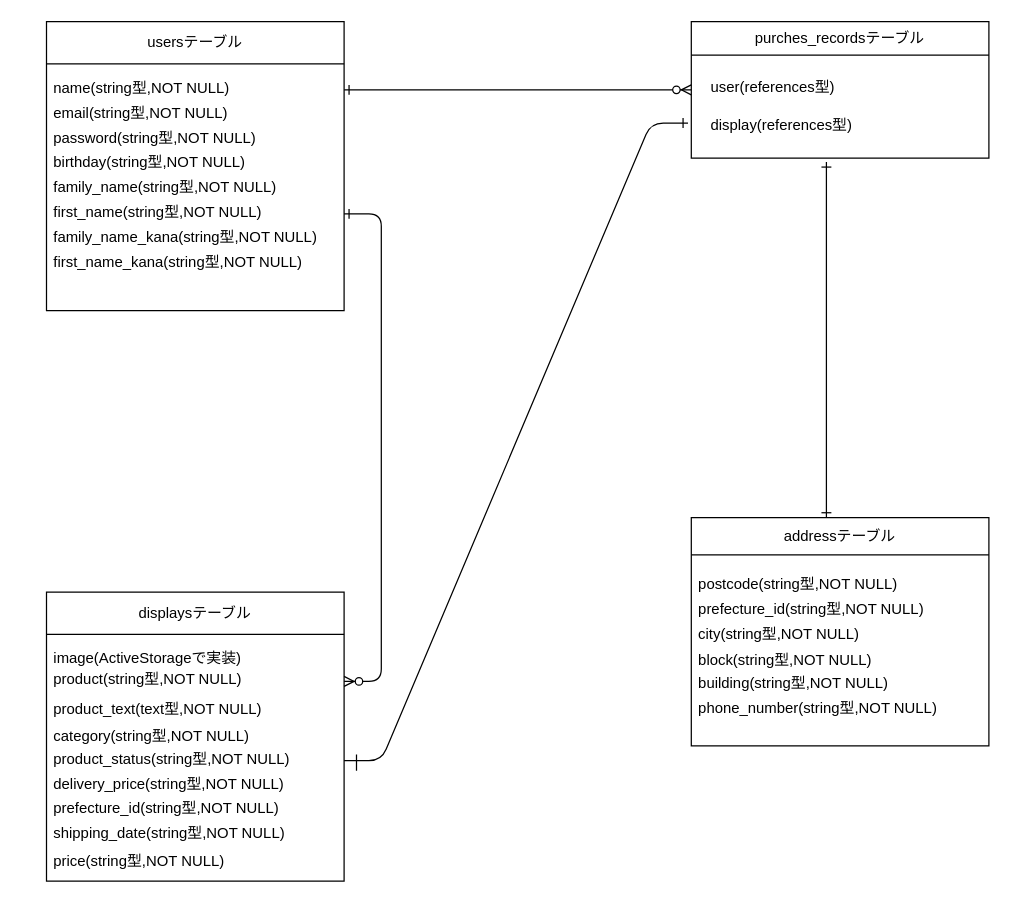
The draw.io diagram test.dio in makaroni0416/furima-32834, before the edit. Source tidied: cells renumbered, new cells numbered last; positions are measured from the earlier drawing's top-left corner, leaving out a move shared by most shapes. Both pictures are drawn from the tidied source at 124%, with x=0, y=0 at pixel (46, 21).
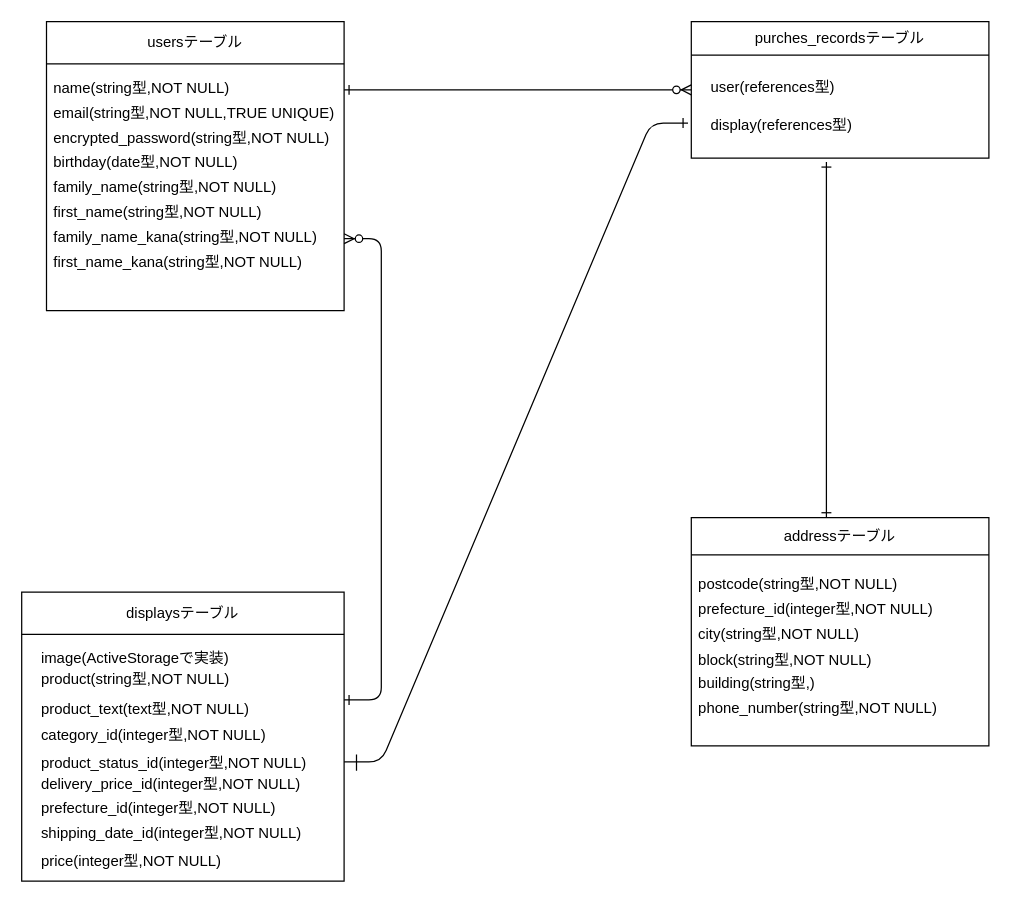
After the change.

Commit message (it also covers changes not shown here):
プルリクエストの修正

Unchanged cells that the change refers to:
```xml
<mxCell id="12" value="first_name(string型,NOT NULL)" style="text;strokeColor=none;fillColor=none;spacingLeft=4;spacingRight=4;overflow=hidden;points=[[0,0.5],[1,0.5]];portConstraint=eastwest;fontSize=12;" parent="1" vertex="1">
  <mxGeometry y="140" width="240" height="30" as="geometry" />
</mxCell>
<mxCell id="13" value="family_name_kana(string型,NOT NULL)" style="text;strokeColor=none;fillColor=none;spacingLeft=4;spacingRight=4;overflow=hidden;points=[[0,0.5],[1,0.5]];portConstraint=eastwest;fontSize=12;" parent="1" vertex="1">
  <mxGeometry y="160" width="240" height="30" as="geometry" />
</mxCell>
```

Change to the diagram source:
```diff
@@
-    <mxCell id="8" value="password(string型,NOT NULL)" style="text;strokeColor=none;fillColor=none;spacingLeft=4;spacingRight=4;overflow=hidden;fontSize=12;" parent="1" vertex="1">
+    <mxCell id="8" value="encrypted_password(string型,NOT NULL)" style="text;strokeColor=none;fillColor=none;spacingLeft=4;spacingRight=4;overflow=hidden;fontSize=12;" parent="1" vertex="1">
       <mxGeometry y="80" width="240" height="30" as="geometry" />
     </mxCell>
-    <mxCell id="9" value="email(string型,NOT NULL)" style="text;strokeColor=none;fillColor=none;spacingLeft=4;spacingRight=4;overflow=hidden;fontSize=12;" parent="1" vertex="1">
+    <mxCell id="9" value="email(string型,NOT NULL,TRUE UNIQUE)" style="text;strokeColor=none;fillColor=none;spacingLeft=4;spacingRight=4;overflow=hidden;fontSize=12;" parent="1" vertex="1">
       <mxGeometry y="60" width="240" height="30" as="geometry" />
     </mxCell>
-    <mxCell id="10" value="birthday(string型,NOT NULL)" style="text;strokeColor=none;fillColor=none;spacingLeft=4;spacingRight=4;overflow=hidden;fontSize=12;" parent="1" vertex="1">
+    <mxCell id="10" value="birthday(date型,NOT NULL)" style="text;strokeColor=none;fillColor=none;spacingLeft=4;spacingRight=4;overflow=hidden;fontSize=12;" parent="1" vertex="1">
       <mxGeometry y="100" width="240" height="30" as="geometry" />
     </mxCell>
@@
     <mxCell id="22" style="shape=table;html=1;whiteSpace=wrap;startSize=0;childLayout=tableLayout;" parent="1" vertex="1">
-      <mxGeometry y="460" width="240" height="233" as="geometry" />
+      <mxGeometry x="-20" y="460" width="260" height="233" as="geometry" />
     </mxCell>
     <mxCell id="23" style="shape=partialRectangle;html=1;whiteSpace=wrap;fillColor=none;top=0;left=0;bottom=0;right=0;" parent="22" vertex="1">
-      <mxGeometry width="240" height="34" as="geometry" />
+      <mxGeometry width="260" height="34" as="geometry" />
     </mxCell>
     <mxCell id="24" value="displaysテーブル" style="shape=partialRectangle;html=1;whiteSpace=wrap;overflow=hidden;fillColor=none;top=0;left=0;bottom=0;right=0;" parent="23" vertex="1">
-      <mxGeometry width="240" height="34" as="geometry" />
+      <mxGeometry width="260" height="34" as="geometry" />
     </mxCell>
     <mxCell id="25" style="shape=partialRectangle;html=1;whiteSpace=wrap;fillColor=none;top=0;left=0;bottom=0;right=0;" parent="22" vertex="1">
-      <mxGeometry y="34" width="240" height="199" as="geometry" />
+      <mxGeometry y="34" width="260" height="199" as="geometry" />
     </mxCell>
     <mxCell id="26" style="shape=partialRectangle;html=1;whiteSpace=wrap;overflow=hidden;fillColor=none;top=0;left=0;bottom=0;right=0;" parent="25" vertex="1">
-      <mxGeometry width="240" height="199" as="geometry" />
+      <mxGeometry width="260" height="199" as="geometry" />
     </mxCell>
     <mxCell id="27" value="image(ActiveStorageで実装)" style="text;strokeColor=none;fillColor=none;spacingLeft=4;spacingRight=4;overflow=hidden;fontSize=12;" parent="1" vertex="1">
-      <mxGeometry y="500" width="240" height="30" as="geometry" />
+      <mxGeometry x="-10" y="500" width="240" height="30" as="geometry" />
     </mxCell>
     <mxCell id="28" value="product_text(text型,NOT NULL)" style="text;strokeColor=none;fillColor=none;spacingLeft=4;spacingRight=4;overflow=hidden;fontSize=12;" parent="1" vertex="1">
-      <mxGeometry y="541" width="240" height="30" as="geometry" />
+      <mxGeometry x="-10" y="541" width="240" height="30" as="geometry" />
     </mxCell>
     <mxCell id="29" value="product(string型,NOT NULL)" style="text;strokeColor=none;fillColor=none;spacingLeft=4;spacingRight=4;overflow=hidden;points=[[0,0.5],[1,0.5]];portConstraint=eastwest;fontSize=12;" parent="1" vertex="1">
-      <mxGeometry y="517" width="240" height="30" as="geometry" />
+      <mxGeometry x="-10" y="517" width="240" height="30" as="geometry" />
     </mxCell>
-    <mxCell id="30" value="category(string型,NOT NULL)" style="text;strokeColor=none;fillColor=none;spacingLeft=4;spacingRight=4;overflow=hidden;fontSize=12;" parent="1" vertex="1">
-      <mxGeometry y="562.5" width="240" height="30" as="geometry" />
+    <mxCell id="30" value="category_id(integer型,NOT NULL)" style="text;strokeColor=none;fillColor=none;spacingLeft=4;spacingRight=4;overflow=hidden;fontSize=12;" parent="1" vertex="1">
+      <mxGeometry x="-10" y="561.5" width="240" height="30" as="geometry" />
     </mxCell>
-    <mxCell id="31" value="delivery_price(string型,NOT NULL)" style="text;strokeColor=none;fillColor=none;spacingLeft=4;spacingRight=4;overflow=hidden;fontSize=12;" parent="1" vertex="1">
-      <mxGeometry y="601" width="240" height="30" as="geometry" />
+    <mxCell id="31" value="delivery_price_id(integer型,NOT NULL)" style="text;strokeColor=none;fillColor=none;spacingLeft=4;spacingRight=4;overflow=hidden;fontSize=12;" parent="1" vertex="1">
+      <mxGeometry x="-10" y="601" width="240" height="30" as="geometry" />
     </mxCell>
-    <mxCell id="32" value="product_status(string型,NOT NULL)" style="text;strokeColor=none;fillColor=none;spacingLeft=4;spacingRight=4;overflow=hidden;points=[[0,0.5],[1,0.5]];portConstraint=eastwest;fontSize=12;" parent="1" vertex="1">
-      <mxGeometry y="581" width="240" height="30" as="geometry" />
+    <mxCell id="32" value="product_status_id(integer型,NOT NULL)" style="text;strokeColor=none;fillColor=none;spacingLeft=4;spacingRight=4;overflow=hidden;points=[[0,0.5],[1,0.5]];portConstraint=eastwest;fontSize=12;" parent="1" vertex="1">
+      <mxGeometry x="-10" y="584" width="250" height="26" as="geometry" />
     </mxCell>
-    <mxCell id="33" value="shipping_date(string型,NOT NULL)" style="text;strokeColor=none;fillColor=none;spacingLeft=4;spacingRight=4;overflow=hidden;fontSize=12;" parent="1" vertex="1">
-      <mxGeometry y="641" width="240" height="30" as="geometry" />
+    <mxCell id="33" value="shipping_date_id(integer型,NOT NULL)" style="text;strokeColor=none;fillColor=none;spacingLeft=4;spacingRight=4;overflow=hidden;fontSize=12;" parent="1" vertex="1">
+      <mxGeometry x="-10" y="641" width="240" height="30" as="geometry" />
     </mxCell>
-    <mxCell id="34" value="prefecture_id(string型,NOT NULL)" style="text;strokeColor=none;fillColor=none;spacingLeft=4;spacingRight=4;overflow=hidden;fontSize=12;" parent="1" vertex="1">
-      <mxGeometry y="621" width="240" height="30" as="geometry" />
+    <mxCell id="34" value="prefecture_id(integer型,NOT NULL)" style="text;strokeColor=none;fillColor=none;spacingLeft=4;spacingRight=4;overflow=hidden;fontSize=12;" parent="1" vertex="1">
+      <mxGeometry x="-10" y="621" width="240" height="30" as="geometry" />
     </mxCell>
@@
-    <mxCell id="42" value="prefecture_id(string型,NOT NULL)" style="text;strokeColor=none;fillColor=none;spacingLeft=4;spacingRight=4;overflow=hidden;fontSize=12;" parent="1" vertex="1">
+    <mxCell id="42" value="prefecture_id(integer型,NOT NULL)" style="text;strokeColor=none;fillColor=none;spacingLeft=4;spacingRight=4;overflow=hidden;fontSize=12;" parent="1" vertex="1">
       <mxGeometry x="520" y="460" width="240" height="30" as="geometry" />
     </mxCell>
-    <mxCell id="43" value="building(string型,NOT NULL)" style="text;strokeColor=none;fillColor=none;spacingLeft=4;spacingRight=4;overflow=hidden;fontSize=12;" parent="1" vertex="1">
+    <mxCell id="43" value="building(string型,)" style="text;strokeColor=none;fillColor=none;spacingLeft=4;spacingRight=4;overflow=hidden;fontSize=12;" parent="1" vertex="1">
       <mxGeometry x="520" y="520" width="240" height="30" as="geometry" />
     </mxCell>
@@
-    <mxCell id="46" value="price(string型,NOT NULL)" style="text;strokeColor=none;fillColor=none;spacingLeft=4;spacingRight=4;overflow=hidden;fontSize=12;" parent="1" vertex="1">
-      <mxGeometry y="663" width="240" height="30" as="geometry" />
+    <mxCell id="46" value="price(integer型,NOT NULL)" style="text;strokeColor=none;fillColor=none;spacingLeft=4;spacingRight=4;overflow=hidden;fontSize=12;" parent="1" vertex="1">
+      <mxGeometry x="-10" y="663" width="240" height="30" as="geometry" />
     </mxCell>
@@
-    <mxCell id="48" style="edgeStyle=entityRelationEdgeStyle;fontSize=12;html=1;endArrow=ERzeroToMany;startArrow=ERone;entryX=1;entryY=0.5;entryDx=0;entryDy=0;exitX=1;exitY=0.5;exitDx=0;exitDy=0;startFill=0;" parent="1" edge="1" source="12" target="29">
-      <mxGeometry relative="1" as="geometry" />
-    </mxCell>
@@
+    <mxCell id="48" style="edgeStyle=entityRelationEdgeStyle;fontSize=12;html=1;endArrow=ERzeroToMany;startArrow=ERone;startFill=0;verticalAlign=middle;align=center;" parent="1" edge="1" target="13">
+      <mxGeometry relative="1" as="geometry">
+        <mxPoint x="240" y="547" as="sourcePoint" />
+      </mxGeometry>
+    </mxCell>
```
